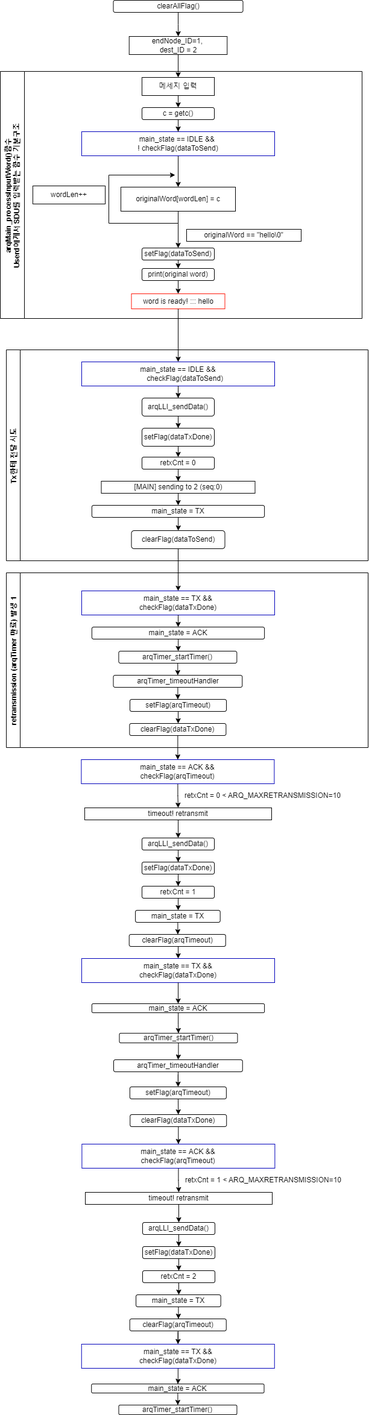
This is Untitled Diagram.drawio.png from arongsnuna/rsp, a draw.io export, as it was before one commit. Source tidied: cells renumbered, new cells last; positions are measured from the earlier drawing's top-left corner, leaving out a move shared by most shapes.
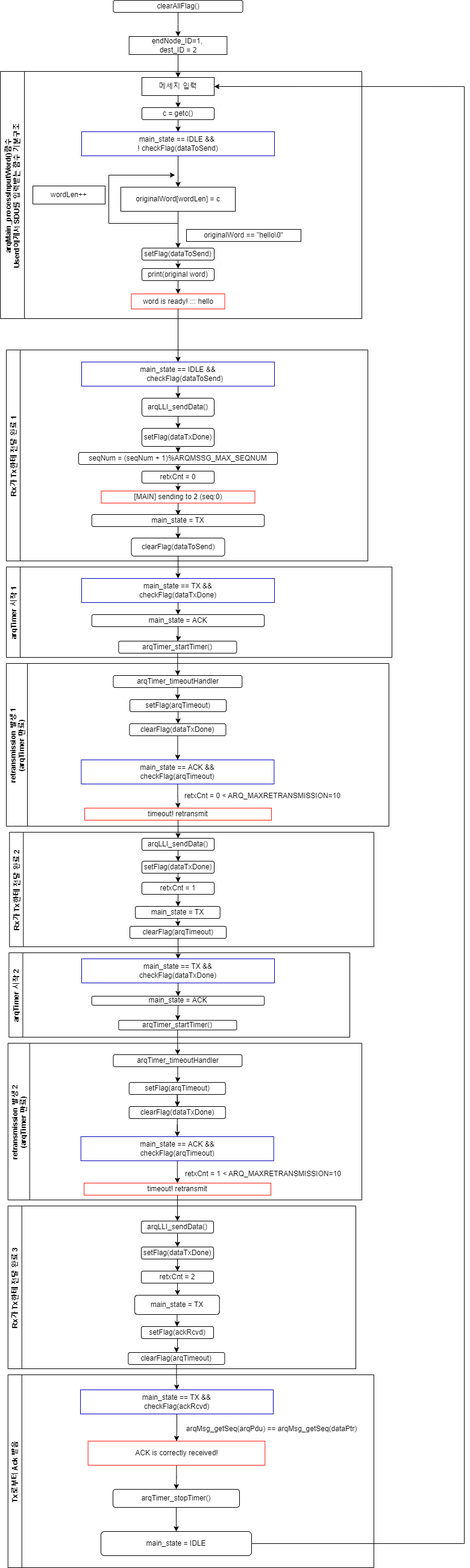
Later version of the same file.

Change to the diagram source:
```diff
@@ -72,5 +72,5 @@
     <mxCell id="23" value="&lt;div&gt;main_state == TX &amp;amp;&amp;amp;&lt;/div&gt;&lt;div&gt;checkFlag(dataTxDone)&lt;br&gt;&lt;/div&gt;" style="rounded=0;whiteSpace=wrap;html=1;strokeColor=#0000BA;" parent="1" vertex="1">
-      <mxGeometry x="135" y="980" width="320" height="40" as="geometry" />
+      <mxGeometry x="135" y="959" width="320" height="40" as="geometry" />
     </mxCell>
-    <mxCell id="24" value="Tx한테 전달 시도" style="swimlane;horizontal=0;" parent="1" vertex="1">
+    <mxCell id="24" value="Rx가 Tx한테 전달 완료 1" style="swimlane;horizontal=0;" parent="1" vertex="1">
       <mxGeometry x="10" y="580" width="600" height="350" as="geometry" />
@@ -81,3 +81,3 @@
     <mxCell id="26" value="&lt;span style=&quot;&quot;&gt;retxCnt = 0&lt;/span&gt;" style="rounded=1;whiteSpace=wrap;html=1;" parent="24" vertex="1">
-      <mxGeometry x="225" y="178" width="120" height="20" as="geometry" />
+      <mxGeometry x="225" y="201" width="120" height="20" as="geometry" />
     </mxCell>
@@ -92,2 +92,5 @@
     </mxCell>
+    <mxCell id="99" style="edgeStyle=orthogonalEdgeStyle;rounded=0;jettySize=auto;html=1;entryX=0.5;entryY=0;entryDx=0;entryDy=0;" parent="24" edge="1" source="30" target="100">
+      <mxGeometry relative="1" as="geometry" />
+    </mxCell>
     <mxCell id="30" value="setFlag(dataTxDone)" style="rounded=1;whiteSpace=wrap;html=1;" parent="24" vertex="1">
@@ -98,5 +101,2 @@
     </mxCell>
-    <mxCell id="32" style="endArrow=classic;html=1;rounded=0;exitX=0.5;exitY=1;exitDx=0;exitDy=0;entryX=0.5;entryY=0;entryDx=0;entryDy=0;" parent="24" edge="1" source="30" target="26">
-      <mxGeometry relative="1" as="geometry" />
-    </mxCell>
     <mxCell id="33" style="edgeStyle=orthogonalEdgeStyle;rounded=0;jettySize=auto;html=1;" parent="24" edge="1" source="34" target="36">
@@ -104,6 +104,6 @@
     </mxCell>
-    <mxCell id="34" value="[MAIN] sending to 2 (seq:0)" style="rounded=0;whiteSpace=wrap;html=1;" parent="24" vertex="1">
-      <mxGeometry x="157.5" y="218" width="255" height="20" as="geometry" />
+    <mxCell id="34" value="[MAIN] sending to 2 (seq:0)" style="rounded=0;whiteSpace=wrap;html=1;strokeColor=#FF1808;" parent="24" vertex="1">
+      <mxGeometry x="157.5" y="234" width="255" height="20" as="geometry" />
     </mxCell>
-    <mxCell id="35" style="edgeStyle=orthogonalEdgeStyle;rounded=0;jettySize=auto;html=1;" parent="24" edge="1" source="36" target="37">
+    <mxCell id="35" style="edgeStyle=orthogonalEdgeStyle;rounded=0;jettySize=auto;html=1;entryX=0.5;entryY=0;entryDx=0;entryDy=0;" parent="24" edge="1" source="36" target="37">
       <mxGeometry relative="1" as="geometry" />
@@ -111,7 +111,13 @@
     <mxCell id="36" value="main_state = TX" style="rounded=1;whiteSpace=wrap;html=1;" parent="24" vertex="1">
-      <mxGeometry x="141.9" y="258" width="286.2" height="20" as="geometry" />
+      <mxGeometry x="141.9" y="273" width="286.2" height="20" as="geometry" />
     </mxCell>
     <mxCell id="37" value="clearFlag(dataToSend)" style="rounded=1;whiteSpace=wrap;html=1;" parent="24" vertex="1">
-      <mxGeometry x="207.5" y="300" width="155" height="30" as="geometry" />
+      <mxGeometry x="207.5" y="312" width="155" height="30" as="geometry" />
     </mxCell>
+    <mxCell id="100" value="seqNum = (seqNum + 1)%ARQMSSG_MAX_SEQNUM" style="rounded=1;whiteSpace=wrap;html=1;" parent="24" vertex="1">
+      <mxGeometry x="120" y="170" width="330" height="20" as="geometry" />
+    </mxCell>
+    <mxCell id="101" style="endArrow=classic;html=1;rounded=0;exitX=0.5;exitY=1;exitDx=0;exitDy=0;entryX=0.5;entryY=0;entryDx=0;entryDy=0;" parent="24" edge="1" source="100" target="26">
+      <mxGeometry relative="1" as="geometry" />
+    </mxCell>
     <mxCell id="38" style="edgeStyle=orthogonalEdgeStyle;rounded=0;jettySize=auto;html=1;" parent="1" edge="1" source="39" target="41">
@@ -120,3 +126,3 @@
     <mxCell id="39" value="main_state = ACK" style="rounded=1;whiteSpace=wrap;html=1;" parent="1" vertex="1">
-      <mxGeometry x="151.9" y="1040" width="286.2" height="20" as="geometry" />
+      <mxGeometry x="151.9" y="1019" width="286.2" height="20" as="geometry" />
     </mxCell>
@@ -126,3 +132,3 @@
     <mxCell id="41" value="arqTimer_startTimer()" style="rounded=1;whiteSpace=wrap;html=1;" parent="1" vertex="1">
-      <mxGeometry x="196.4" y="1080" width="195.9" height="20" as="geometry" />
+      <mxGeometry x="196.4" y="1063" width="195.9" height="20" as="geometry" />
     </mxCell>
@@ -152,3 +158,3 @@
     </mxCell>
-    <mxCell id="50" value="timeout! retransmit" style="rounded=0;whiteSpace=wrap;html=1;" parent="1" vertex="1">
+    <mxCell id="50" value="timeout! retransmit" style="rounded=0;whiteSpace=wrap;html=1;strokeColor=#FF1808;" parent="1" vertex="1">
       <mxGeometry x="140" y="1340" width="310" height="20" as="geometry" />
@@ -158,7 +164,4 @@
     </mxCell>
-    <mxCell id="52" style="edgeStyle=orthogonalEdgeStyle;rounded=0;jettySize=auto;html=1;" parent="1" edge="1" source="53" target="65">
-      <mxGeometry relative="1" as="geometry" />
-    </mxCell>
     <mxCell id="53" value="main_state = TX" style="rounded=1;whiteSpace=wrap;html=1;" parent="1" vertex="1">
-      <mxGeometry x="224.1" y="1510" width="140.6" height="20" as="geometry" />
+      <mxGeometry x="224.1" y="1503" width="140.6" height="20" as="geometry" />
     </mxCell>
@@ -174,3 +177,3 @@
     <mxCell id="57" value="setFlag(dataTxDone)" style="rounded=1;whiteSpace=wrap;html=1;" parent="1" vertex="1">
-      <mxGeometry x="235" y="1430" width="120" height="20" as="geometry" />
+      <mxGeometry x="235" y="1428" width="120" height="20" as="geometry" />
     </mxCell>
@@ -180,3 +183,3 @@
     <mxCell id="59" value="&lt;span style=&quot;&quot;&gt;retxCnt = 1&lt;/span&gt;" style="rounded=1;whiteSpace=wrap;html=1;" parent="1" vertex="1">
-      <mxGeometry x="235" y="1470" width="120" height="20" as="geometry" />
+      <mxGeometry x="235" y="1463" width="120" height="20" as="geometry" />
     </mxCell>
@@ -194,8 +197,5 @@
     </mxCell>
-    <mxCell id="64" value="retransmission (arqTimer 만료) 발생 1" style="swimlane;horizontal=0;" parent="1" vertex="1">
-      <mxGeometry x="10" y="950" width="600" height="290" as="geometry" />
+    <mxCell id="64" value="arqTimer 시작 1" style="swimlane;horizontal=0;" parent="1" vertex="1">
+      <mxGeometry x="10" y="940" width="640" height="150" as="geometry" />
     </mxCell>
-    <mxCell id="65" value="clearFlag(arqTimeout)" style="rounded=1;whiteSpace=wrap;html=1;" parent="1" vertex="1">
-      <mxGeometry x="213.8" y="1550" width="160" height="20" as="geometry" />
-    </mxCell>
     <mxCell id="66" value="&lt;div&gt;main_state == TX &amp;amp;&amp;amp;&lt;/div&gt;&lt;div&gt;checkFlag(dataTxDone)&lt;br&gt;&lt;/div&gt;" style="rounded=0;whiteSpace=wrap;html=1;strokeColor=#0000BA;" parent="1" vertex="1">
@@ -203,7 +203,4 @@
     </mxCell>
-    <mxCell id="67" style="edgeStyle=orthogonalEdgeStyle;rounded=0;jettySize=auto;html=1;entryX=0.5;entryY=0;entryDx=0;entryDy=0;" parent="1" edge="1" source="68" target="70">
-      <mxGeometry relative="1" as="geometry" />
-    </mxCell>
     <mxCell id="68" value="main_state = ACK" style="rounded=1;whiteSpace=wrap;html=1;" parent="1" vertex="1">
-      <mxGeometry x="151.9" y="1665" width="286.2" height="15" as="geometry" />
+      <mxGeometry x="151.9" y="1652" width="286.2" height="15" as="geometry" />
     </mxCell>
@@ -213,3 +210,3 @@
     <mxCell id="70" value="arqTimer_startTimer()" style="rounded=1;whiteSpace=wrap;html=1;" parent="1" vertex="1">
-      <mxGeometry x="197.5" y="1714" width="195.9" height="16" as="geometry" />
+      <mxGeometry x="196.4" y="1692" width="195.9" height="16" as="geometry" />
     </mxCell>
@@ -219,11 +216,9 @@
     <mxCell id="72" value="arqTimer_timeoutHandler" style="rounded=1;whiteSpace=wrap;html=1;" parent="1" vertex="1">
-      <mxGeometry x="188" y="1758" width="213.8" height="20" as="geometry" />
+      <mxGeometry x="187.5" y="1749" width="213.8" height="20" as="geometry" />
     </mxCell>
-    <mxCell id="73" style="edgeStyle=orthogonalEdgeStyle;rounded=0;jettySize=auto;html=1;entryX=0.5;entryY=0;entryDx=0;entryDy=0;" parent="1" edge="1" target="76">
-      <mxGeometry relative="1" as="geometry">
-        <mxPoint x="294.9" y="1820" as="sourcePoint" />
-      </mxGeometry>
+    <mxCell id="73" style="edgeStyle=orthogonalEdgeStyle;rounded=0;jettySize=auto;html=1;entryX=0.5;entryY=0;entryDx=0;entryDy=0;" parent="1" edge="1" source="74" target="76">
+      <mxGeometry relative="1" as="geometry" />
     </mxCell>
     <mxCell id="74" value="setFlag(arqTimeout)" style="rounded=1;whiteSpace=wrap;html=1;" parent="1" vertex="1">
-      <mxGeometry x="214.9" y="1803" width="160" height="20" as="geometry" />
+      <mxGeometry x="213.8" y="1795" width="160" height="20" as="geometry" />
     </mxCell>
@@ -233,9 +228,4 @@
     <mxCell id="76" value="clearFlag(dataTxDone)" style="rounded=1;whiteSpace=wrap;html=1;" parent="1" vertex="1">
-      <mxGeometry x="215.2" y="1849" width="160" height="20" as="geometry" />
+      <mxGeometry x="213.8" y="1835" width="160" height="20" as="geometry" />
     </mxCell>
-    <mxCell id="77" style="endArrow=classic;html=1;rounded=0;entryX=0.5;entryY=0;entryDx=0;entryDy=0;" parent="1" edge="1" target="66">
-      <mxGeometry relative="1" as="geometry">
-        <mxPoint x="295" y="1570" as="sourcePoint" />
-      </mxGeometry>
-    </mxCell>
     <mxCell id="78" style="endArrow=classic;html=1;rounded=0;exitX=0.5;exitY=1;exitDx=0;exitDy=0;entryX=0.5;entryY=0;entryDx=0;entryDy=0;" parent="1" edge="1" source="66" target="68">
@@ -247,3 +237,3 @@
     <mxCell id="80" value="&lt;div&gt;main_state == ACK &amp;amp;&amp;amp;&lt;/div&gt;&lt;div&gt;checkFlag(arqTimeout)&lt;br&gt;&lt;/div&gt;" style="rounded=0;whiteSpace=wrap;html=1;strokeColor=#0000BA;" parent="1" vertex="1">
-      <mxGeometry x="135.4" y="1898" width="320" height="40" as="geometry" />
+      <mxGeometry x="133.8" y="1885" width="320" height="40" as="geometry" />
     </mxCell>
@@ -252,13 +242,13 @@
     </mxCell>
-    <mxCell id="82" value="timeout! retransmit" style="rounded=0;whiteSpace=wrap;html=1;" parent="1" vertex="1">
-      <mxGeometry x="141" y="1978" width="310" height="20" as="geometry" />
+    <mxCell id="82" value="timeout! retransmit" style="rounded=0;whiteSpace=wrap;html=1;strokeColor=#FF1808;" parent="1" vertex="1">
+      <mxGeometry x="139" y="1962" width="310" height="20" as="geometry" />
     </mxCell>
     <mxCell id="83" value="retxCnt = 1 &amp;lt;&amp;nbsp;ARQ_MAXRETRANSMISSION=10" style="text;html=1;align=center;verticalAlign=middle;strokeColor=none;fillColor=none;" parent="1" vertex="1">
-      <mxGeometry x="301" y="1948" width="270" height="20" as="geometry" />
+      <mxGeometry x="301" y="1937" width="270" height="20" as="geometry" />
     </mxCell>
-    <mxCell id="84" style="edgeStyle=orthogonalEdgeStyle;rounded=0;jettySize=auto;html=1;entryX=0.5;entryY=0;entryDx=0;entryDy=0;" parent="1" edge="1" source="85" target="93">
-      <mxGeometry relative="1" as="geometry" />
-    </mxCell>
+    <mxCell id="102" style="edgeStyle=orthogonalEdgeStyle;rounded=0;jettySize=auto;html=1;entryX=0.5;entryY=0;entryDx=0;entryDy=0;" parent="1" edge="1" source="85" target="111">
+      <mxGeometry relative="1" as="geometry" />
+    </mxCell>
     <mxCell id="85" value="main_state = TX" style="rounded=1;whiteSpace=wrap;html=1;" parent="1" vertex="1">
-      <mxGeometry x="225.1" y="2148" width="140.6" height="20" as="geometry" />
+      <mxGeometry x="223.1" y="2148" width="140.6" height="32" as="geometry" />
     </mxCell>
@@ -268,3 +258,3 @@
     <mxCell id="87" value="arqLLI_sendData()" style="rounded=1;whiteSpace=wrap;html=1;" parent="1" vertex="1">
-      <mxGeometry x="236" y="2028" width="120" height="20" as="geometry" />
+      <mxGeometry x="234" y="2025" width="120" height="20" as="geometry" />
     </mxCell>
@@ -274,3 +264,3 @@
     <mxCell id="89" value="setFlag(dataTxDone)" style="rounded=1;whiteSpace=wrap;html=1;" parent="1" vertex="1">
-      <mxGeometry x="236" y="2068" width="120" height="20" as="geometry" />
+      <mxGeometry x="234" y="2068" width="120" height="20" as="geometry" />
     </mxCell>
@@ -280,5 +270,5 @@
     <mxCell id="91" value="&lt;span style=&quot;&quot;&gt;retxCnt = 2&lt;/span&gt;" style="rounded=1;whiteSpace=wrap;html=1;" parent="1" vertex="1">
-      <mxGeometry x="236" y="2108" width="120" height="20" as="geometry" />
+      <mxGeometry x="234" y="2108" width="120" height="20" as="geometry" />
     </mxCell>
-    <mxCell id="92" style="edgeStyle=orthogonalEdgeStyle;rounded=0;jettySize=auto;html=1;entryX=0.5;entryY=0;entryDx=0;entryDy=0;" parent="1" edge="1" source="93" target="95">
+    <mxCell id="92" style="edgeStyle=orthogonalEdgeStyle;rounded=0;jettySize=auto;html=1;" parent="1" edge="1" source="93" target="95">
       <mxGeometry relative="1" as="geometry" />
@@ -286,19 +276,72 @@
     <mxCell id="93" value="clearFlag(arqTimeout)" style="rounded=1;whiteSpace=wrap;html=1;" parent="1" vertex="1">
-      <mxGeometry x="214.8" y="2188" width="160" height="20" as="geometry" />
+      <mxGeometry x="212.4" y="2243" width="160" height="20" as="geometry" />
     </mxCell>
-    <mxCell id="94" style="edgeStyle=orthogonalEdgeStyle;rounded=0;jettySize=auto;html=1;" parent="1" edge="1" source="95" target="97">
-      <mxGeometry relative="1" as="geometry" />
-    </mxCell>
+    <mxCell id="103" style="edgeStyle=orthogonalEdgeStyle;rounded=0;jettySize=auto;html=1;entryX=0.5;entryY=0;entryDx=0;entryDy=0;" parent="1" edge="1" source="95" target="113">
+      <mxGeometry relative="1" as="geometry" />
+    </mxCell>
-    <mxCell id="95" value="&lt;div&gt;main_state == TX &amp;amp;&amp;amp;&lt;/div&gt;&lt;div&gt;checkFlag(dataTxDone)&lt;br&gt;&lt;/div&gt;" style="rounded=0;whiteSpace=wrap;html=1;strokeColor=#0000BA;" parent="1" vertex="1">
-      <mxGeometry x="134.8" y="2230" width="320" height="40" as="geometry" />
+    <mxCell id="95" value="&lt;div&gt;main_state == TX &amp;amp;&amp;amp;&lt;/div&gt;&lt;div&gt;checkFlag(ackRcvd)&lt;br&gt;&lt;/div&gt;" style="rounded=0;whiteSpace=wrap;html=1;strokeColor=#0000BA;" parent="1" vertex="1">
+      <mxGeometry x="133" y="2305" width="320" height="40" as="geometry" />
     </mxCell>
-    <mxCell id="96" style="edgeStyle=orthogonalEdgeStyle;rounded=0;jettySize=auto;html=1;entryX=0.5;entryY=0;entryDx=0;entryDy=0;" parent="1" edge="1" source="97" target="98">
-      <mxGeometry relative="1" as="geometry" />
-    </mxCell>
-    <mxCell id="97" value="main_state = ACK" style="rounded=1;whiteSpace=wrap;html=1;" parent="1" vertex="1">
-      <mxGeometry x="151.2" y="2296" width="286.2" height="15" as="geometry" />
-    </mxCell>
-    <mxCell id="98" value="arqTimer_startTimer()" style="rounded=1;whiteSpace=wrap;html=1;" parent="1" vertex="1">
-      <mxGeometry x="196.5" y="2331" width="195.9" height="16" as="geometry" />
-    </mxCell>
+    <mxCell id="104" value="Rx가 Tx한테 전달 완료 2" style="swimlane;horizontal=0;strokeColor=#000000;" parent="1" vertex="1">
+      <mxGeometry x="15.2" y="1380" width="604.8" height="190" as="geometry" />
+    </mxCell>
+    <mxCell id="65" value="clearFlag(arqTimeout)" style="rounded=1;whiteSpace=wrap;html=1;" parent="104" vertex="1">
+      <mxGeometry x="199.8" y="156" width="160" height="20" as="geometry" />
+    </mxCell>
+    <mxCell id="105" value="retransmission 발생 1&#10;(arqTimer 만료)" style="swimlane;horizontal=0;startSize=35;" parent="1" vertex="1">
+      <mxGeometry x="10" y="1100" width="635" height="270" as="geometry" />
+    </mxCell>
+    <mxCell id="52" style="endArrow=classic;html=1;rounded=0;exitX=0.5;exitY=1;exitDx=0;exitDy=0;entryX=0.5;entryY=0;entryDx=0;entryDy=0;" parent="1" edge="1" source="53" target="65">
+      <mxGeometry relative="1" as="geometry" />
+    </mxCell>
+    <mxCell id="106" style="edgeStyle=orthogonalEdgeStyle;rounded=0;jettySize=auto;html=1;exitX=0.5;exitY=1;exitDx=0;exitDy=0;entryX=0.5;entryY=0;entryDx=0;entryDy=0;" parent="1" edge="1" source="65" target="66">
+      <mxGeometry relative="1" as="geometry" />
+    </mxCell>
+    <mxCell id="67" style="endArrow=classic;html=1;rounded=0;exitX=0.5;exitY=1;exitDx=0;exitDy=0;entryX=0.5;entryY=0;entryDx=0;entryDy=0;" parent="1" edge="1" source="68" target="70">
+      <mxGeometry relative="1" as="geometry" />
+    </mxCell>
+    <mxCell id="107" value="arqTimer 시작 2" style="swimlane;horizontal=0;strokeColor=#000000;" parent="1" vertex="1">
+      <mxGeometry x="14.4" y="1580" width="565.6" height="140" as="geometry" />
+    </mxCell>
+    <mxCell id="108" value="retransmission 발생 2&#10;(arqTimer 만료)" style="swimlane;horizontal=0;strokeColor=#000000;startSize=36;" parent="1" vertex="1">
+      <mxGeometry x="12.8" y="1730" width="587.2" height="260" as="geometry" />
+    </mxCell>
+    <mxCell id="109" value="Rx가 Tx한테 전달 완료 3" style="swimlane;horizontal=0;strokeColor=#000000;" parent="1" vertex="1">
+      <mxGeometry x="12.8" y="2000" width="577.2" height="270" as="geometry" />
+    </mxCell>
+    <mxCell id="110" style="edgeStyle=orthogonalEdgeStyle;rounded=0;jettySize=auto;html=1;entryX=0.5;entryY=0;entryDx=0;entryDy=0;" parent="1" edge="1" source="111" target="93">
+      <mxGeometry relative="1" as="geometry" />
+    </mxCell>
+    <mxCell id="111" value="setFlag(ackRcvd)" style="rounded=1;whiteSpace=wrap;html=1;" parent="1" vertex="1">
+      <mxGeometry x="234" y="2200" width="120" height="20" as="geometry" />
+    </mxCell>
+    <mxCell id="112" style="edgeStyle=orthogonalEdgeStyle;rounded=0;jettySize=auto;html=1;" parent="1" edge="1" source="113" target="116">
+      <mxGeometry relative="1" as="geometry" />
+    </mxCell>
+    <mxCell id="113" value="ACK is correctly received!" style="rounded=0;whiteSpace=wrap;html=1;strokeColor=#FF1808;" parent="1" vertex="1">
+      <mxGeometry x="145.6" y="2390" width="293.6" height="40" as="geometry" />
+    </mxCell>
+    <mxCell id="114" value="arqMsg_getSeq(arqPdu) == arqMsg_getSeq(dataPtr)" style="text;html=1;align=center;verticalAlign=middle;strokeColor=none;fillColor=none;" parent="1" vertex="1">
+      <mxGeometry x="300" y="2360" width="300" height="20" as="geometry" />
+    </mxCell>
+    <mxCell id="115" style="edgeStyle=orthogonalEdgeStyle;rounded=0;jettySize=auto;html=1;" parent="1" edge="1" source="116" target="118">
+      <mxGeometry relative="1" as="geometry" />
+    </mxCell>
+    <mxCell id="116" value="arqTimer_stopTimer()" style="rounded=1;whiteSpace=wrap;html=1;strokeColor=#000000;" parent="1" vertex="1">
+      <mxGeometry x="187" y="2470" width="210" height="30" as="geometry" />
+    </mxCell>
+    <mxCell id="117" style="edgeStyle=orthogonalEdgeStyle;rounded=0;jettySize=auto;html=1;exitX=1;exitY=0.5;exitDx=0;exitDy=0;entryX=1;entryY=0.5;entryDx=0;entryDy=0;" parent="1" edge="1" source="118" target="9">
+      <mxGeometry relative="1" as="geometry">
+        <Array as="points">
+          <mxPoint x="770" y="2560" />
+          <mxPoint x="770" y="143" />
+        </Array>
+      </mxGeometry>
+    </mxCell>
+    <mxCell id="118" value="main_state = IDLE" style="rounded=1;whiteSpace=wrap;html=1;strokeColor=#000000;" parent="1" vertex="1">
+      <mxGeometry x="167" y="2540" width="250" height="40" as="geometry" />
+    </mxCell>
+    <mxCell id="119" value="Tx로부터 Ack 받음" style="swimlane;horizontal=0;strokeColor=#000000;" parent="1" vertex="1">
+      <mxGeometry x="12.8" y="2280" width="607.2" height="320" as="geometry" />
+    </mxCell>
   </root>
```
